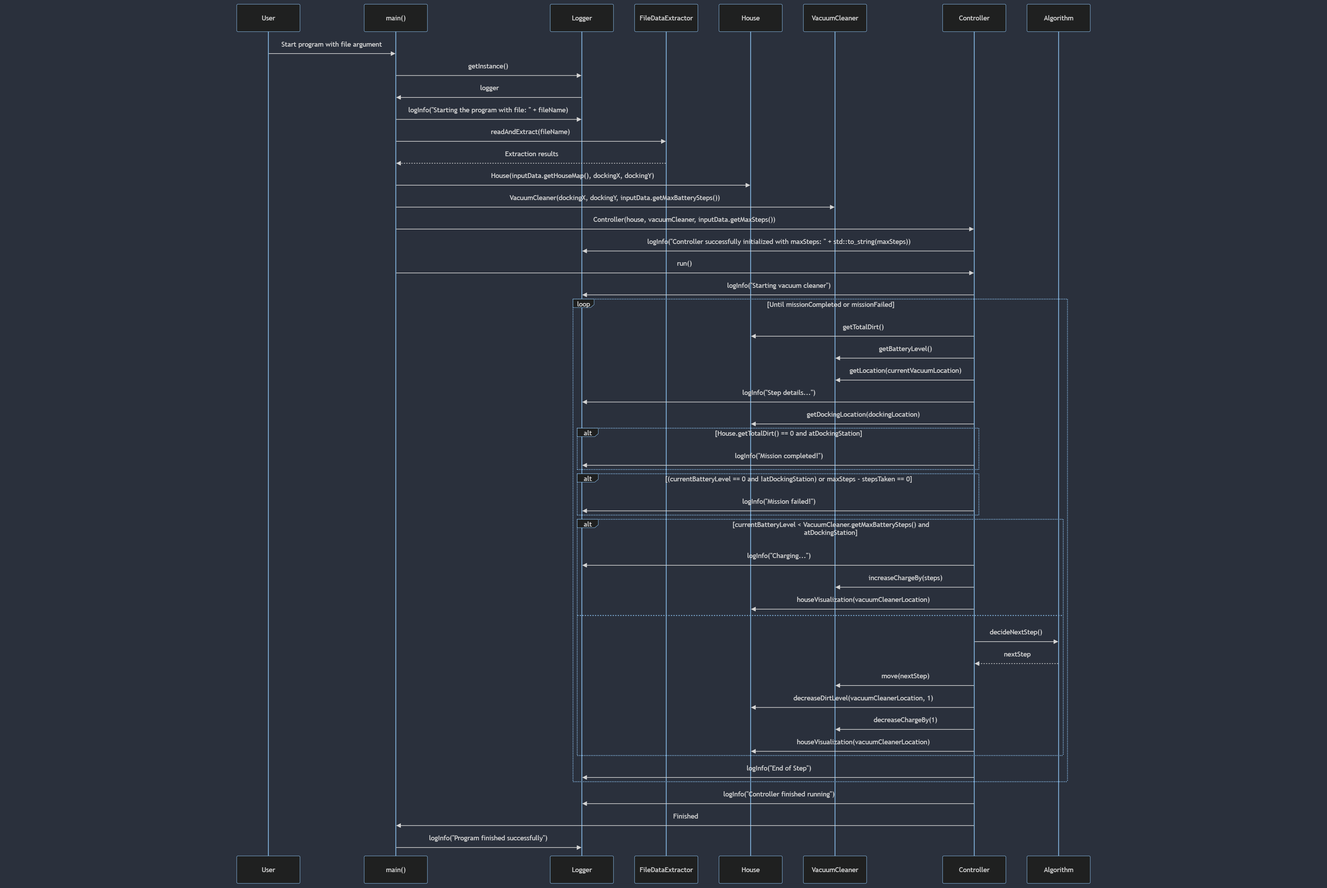
AmitRockBear/Advanced_Topics_In_Programming_hw1 keeps this Mermaid diagram as mermaid/sequenceDiagram.png. Above is the earlier version. Its source is kept beside it as mermaid/sequenceDiagram.mmd.
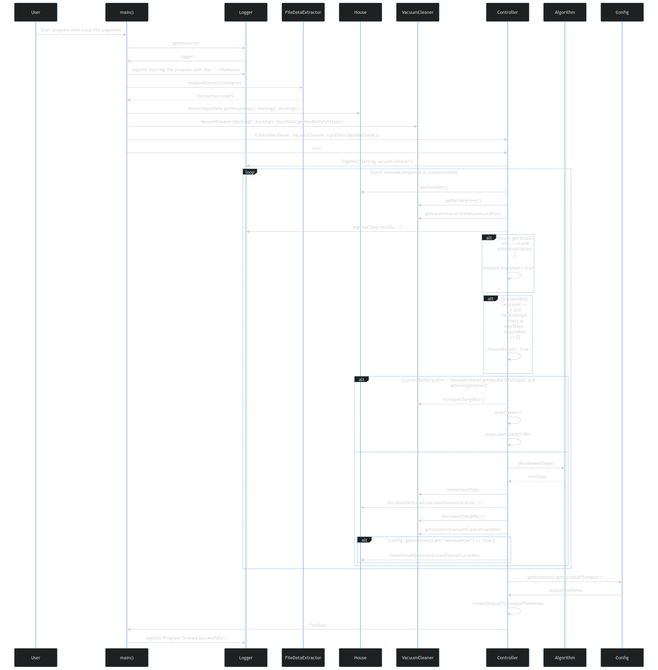
After the change.

The edit, as a diff of the source:
```diff
@@ -7,7 +7,7 @@
     participant VacuumCleaner as VacuumCleaner
     participant Controller as Controller
 
-    User ->> Main: Start program with file argument
+    User ->> Main: Start program with input file argument
     Main ->> Logger: getInstance()
     Logger ->> Main: logger
     Main ->> Logger: logInfo("Starting the program with file: " + fileName)
@@ -18,7 +18,6 @@
     Main ->> VacuumCleaner: VacuumCleaner(dockingX, dockingY, inputData.getMaxBatterySteps())
     Main ->> Controller: Controller(house, vacuumCleaner, inputData.getMaxSteps())
 
-    Controller ->> Logger: logInfo("Controller successfully initialized with maxSteps: " + std::to_string(maxSteps))
     Main ->> Controller: run()
     Controller ->> Logger: logInfo("Starting vacuum cleaner")
 
@@ -27,27 +26,30 @@
         Controller ->> VacuumCleaner: getBatteryLevel()
         Controller ->> VacuumCleaner: getLocation(currentVacuumLocation)
         Controller ->> Logger: logInfo("Step details...")
-        Controller ->> House: getDockingLocation(dockingLocation)
         alt House.getTotalDirt() == 0 and atDockingStation
-            Controller ->> Logger: logInfo("Mission completed!")
+            Controller ->> Controller: missionCompleted = true
         end
         alt (currentBatteryLevel == 0 and !atDockingStation) or maxSteps - stepsTaken == 0
-            Controller ->> Logger: logInfo("Mission failed!")
+            Controller ->> Controller: missionFailed = true
         end
         alt currentBatteryLevel < VacuumCleaner.getMaxBatterySteps() and atDockingStation
-            Controller ->> Logger: logInfo("Charging...")
-            Controller ->> VacuumCleaner: increaseChargeBy(steps)
-            Controller ->> House: houseVisualization(vacuumCleanerLocation)
+            Controller ->> VacuumCleaner: increaseChargeBy(1)
+            Controller ->> Controller: stepsTaken++
+            Controller ->> Controller: steps.push_back(STAY)
         else
             Controller ->> Algorithm: decideNextStep()
             Algorithm -->> Controller: nextStep
             Controller ->> VacuumCleaner: move(nextStep)
             Controller ->> House: decreaseDirtLevel(vacuumCleanerLocation, 1)
             Controller ->> VacuumCleaner: decreaseChargeBy(1)
-            Controller ->> House: houseVisualization(vacuumCleanerLocation)
+            Controller ->> VacuumCleaner: getLocation(vacuumCleanerLocation)
+            alt Config::getInstance().get("useVisualizer") == "true"
+                Controller ->> House: houseVisualization(vacuumCleanerLocation)
+            end
         end
-        Controller ->> Logger: logInfo("End of Step")
     end
-    Controller ->> Logger: logInfo("Controller finished running")
+    Controller ->> Config: getInstance().get("outputFileName")
+    Config ->> Controller: outputFileName
+    Controller ->> Controller: createOutputFile(outputFileName)
     Controller ->> Main: Finished
     Main ->> Logger: logInfo("Program finished successfully")
```
